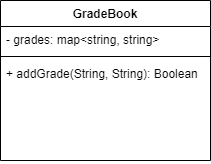
Earlier version of the draw.io export src/MapGrades/MapGradesUML.drawio.png (Polarking8/Chapter13Homework). Source tidied: cells renumbered, new cells last; positions are measured from the earlier drawing's top-left corner, leaving out a move shared by most shapes. Its diagram source:
```xml
<mxGraphModel>
  <root>
    <mxCell id="0" />
    <mxCell id="1" parent="0" />
    <mxCell id="2" value="GradeBook" style="swimlane;fontStyle=1;align=center;verticalAlign=top;horizontal=1;startSize=26;" parent="1" vertex="1">
      <mxGeometry width="210" height="160" as="geometry" />
    </mxCell>
    <mxCell id="3" value="- grades: map&lt;string, string&gt; " style="text;strokeColor=none;fillColor=none;align=left;verticalAlign=top;spacingLeft=4;spacingRight=4;overflow=hidden;" parent="2" vertex="1">
      <mxGeometry y="26" width="210" height="26" as="geometry" />
    </mxCell>
    <mxCell id="4" style="line;strokeWidth=1;fillColor=none;align=left;verticalAlign=middle;spacingTop=-1;spacingLeft=3;spacingRight=3;labelPosition=right;" parent="2" vertex="1">
      <mxGeometry y="52" width="210" height="8" as="geometry" />
    </mxCell>
    <mxCell id="5" value="+ addGrade(String, String): Boolean" style="text;strokeColor=none;fillColor=none;align=left;verticalAlign=top;spacingLeft=4;spacingRight=4;overflow=hidden;" parent="2" vertex="1">
      <mxGeometry y="60" width="210" height="100" as="geometry" />
    </mxCell>
  </root>
</mxGraphModel>
```
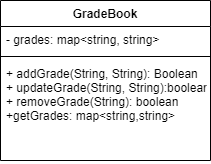
After the change.

What changed in the source:
```diff
@@ -11,7 +11,7 @@
     <mxCell id="4" style="line;strokeWidth=1;fillColor=none;align=left;verticalAlign=middle;spacingTop=-1;spacingLeft=3;spacingRight=3;labelPosition=right;" parent="2" vertex="1">
       <mxGeometry y="52" width="210" height="8" as="geometry" />
     </mxCell>
-    <mxCell id="5" value="+ addGrade(String, String): Boolean" style="text;strokeColor=none;fillColor=none;align=left;verticalAlign=top;spacingLeft=4;spacingRight=4;overflow=hidden;" parent="2" vertex="1">
+    <mxCell id="5" value="+ addGrade(String, String): Boolean&#10;+ updateGrade(String, String):boolean&#10;+ removeGrade(String): boolean&#10;+getGrades: map&lt;string,string&gt;" style="text;strokeColor=none;fillColor=none;align=left;verticalAlign=top;spacingLeft=4;spacingRight=4;overflow=hidden;" parent="2" vertex="1">
       <mxGeometry y="60" width="210" height="100" as="geometry" />
     </mxCell>
   </root>
```
